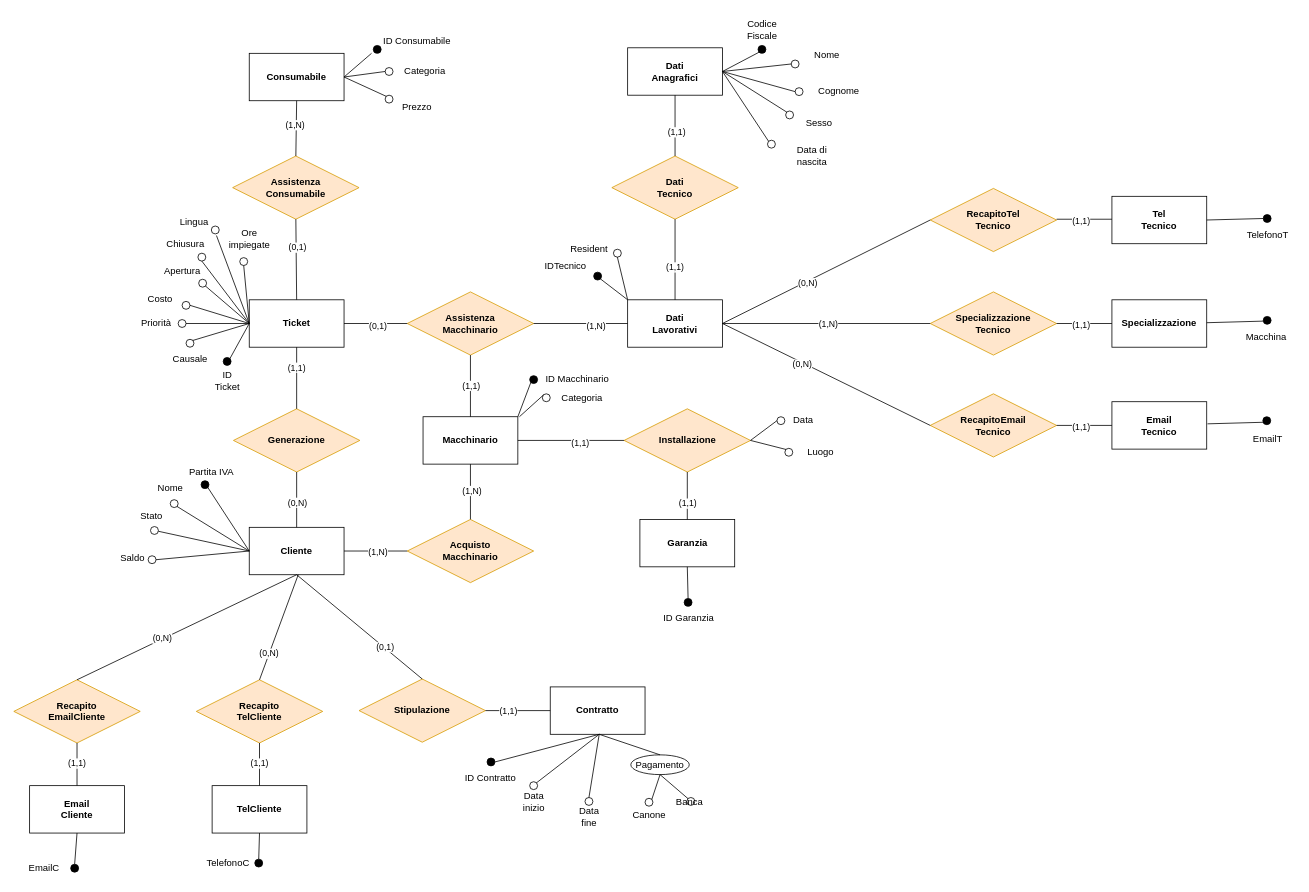
The draw.io diagram Diagrammi/er finale logica.drawio in fedeStaffo/Progetto_Basi_di_dati, before the edit. Source tidied: cells renumbered, new cells numbered last; positions are measured from the earlier drawing's top-left corner, leaving out a move shared by most shapes. Both pictures are drawn from the tidied source at 79%, with x=0, y=0 at pixel (13, 13).
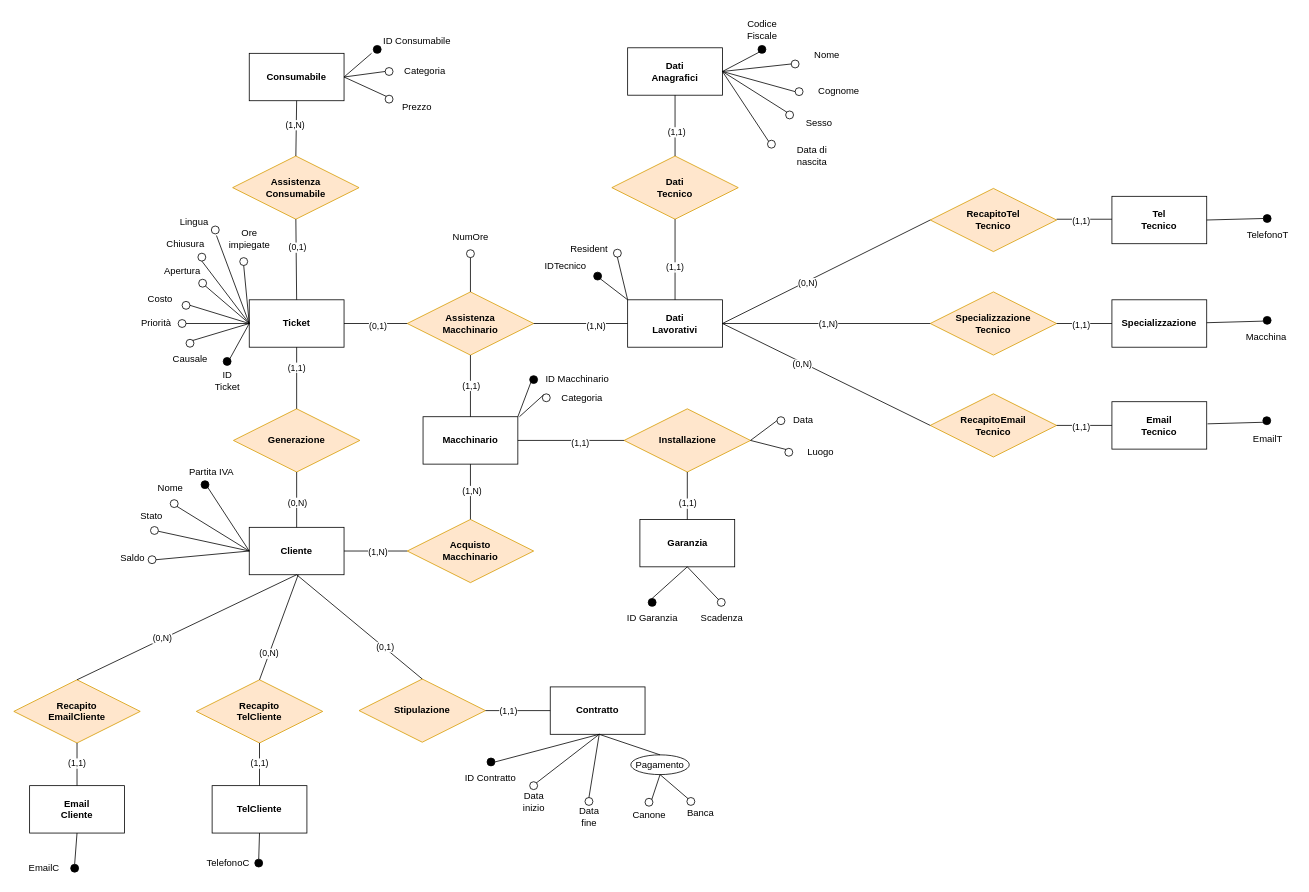
After the change.

Commit message (it also covers changes not shown here):
aggiunti NumOre e Scadenza garanzia

The change refers to these unchanged cells:
```xml
<mxCell id="49" value="&lt;b&gt;Assistenza&lt;br&gt;Macchinario&lt;br&gt;&lt;/b&gt;" style="rhombus;whiteSpace=wrap;html=1;fillColor=#ffe6cc;strokeColor=#d79b00;" parent="1" vertex="1">
  <mxGeometry x="498" y="352" width="160" height="80" as="geometry" />
</mxCell>
<mxCell id="71" value="&lt;b&gt;Garanzia&lt;/b&gt;" style="rounded=0;whiteSpace=wrap;html=1;" parent="1" vertex="1">
  <mxGeometry x="792.5" y="640" width="120" height="60" as="geometry" />
</mxCell>
```

Diff of the diagram source:
```diff
@@
     <mxCell id="72" style="ellipse;whiteSpace=wrap;html=1;strokeColor=#000000;fillColor=#000000;" parent="1" vertex="1">
-      <mxGeometry x="848.5" y="740" width="10" height="10" as="geometry" />
+      <mxGeometry x="803" y="740" width="10" height="10" as="geometry" />
     </mxCell>
     <mxCell id="73" value="ID Garanzia" style="text;html=1;align=center;verticalAlign=middle;strokeColor=none;fillColor=none;" parent="1" vertex="1">
-      <mxGeometry x="808.5" y="750" width="90" height="30" as="geometry" />
+      <mxGeometry x="763" y="750" width="90" height="30" as="geometry" />
     </mxCell>
@@
     <mxCell id="101" value="Banca" style="text;html=1;align=center;verticalAlign=middle;strokeColor=none;fillColor=none;" parent="1" vertex="1">
-      <mxGeometry x="824.5" y="982.5" width="60" height="30" as="geometry" />
+      <mxGeometry x="839" y="997" width="60" height="30" as="geometry" />
     </mxCell>
@@
+    <mxCell id="190" style="ellipse;whiteSpace=wrap;html=1;" parent="1" vertex="1">
+      <mxGeometry x="573" y="298.6" width="10" height="10" as="geometry" />
+    </mxCell>
+    <mxCell id="191" style="endArrow=none;html=1;rounded=0;exitX=0.5;exitY=0;exitDx=0;exitDy=0;entryX=0.5;entryY=1;entryDx=0;entryDy=0;" parent="1" edge="1" source="49" target="190">
+      <mxGeometry relative="1" as="geometry" />
+    </mxCell>
+    <mxCell id="192" value="NumOre" style="text;html=1;align=center;verticalAlign=middle;strokeColor=none;fillColor=none;" parent="1" vertex="1">
+      <mxGeometry x="543" y="268" width="70" height="30" as="geometry" />
+    </mxCell>
+    <mxCell id="193" style="ellipse;whiteSpace=wrap;html=1;" parent="1" vertex="1">
+      <mxGeometry x="890.5" y="740" width="10" height="10" as="geometry" />
+    </mxCell>
+    <mxCell id="194" value="Scadenza" style="text;html=1;align=center;verticalAlign=middle;strokeColor=none;fillColor=none;" parent="1" vertex="1">
+      <mxGeometry x="855.5" y="750" width="80" height="30" as="geometry" />
+    </mxCell>
+    <mxCell id="195" style="endArrow=none;html=1;rounded=0;entryX=0.5;entryY=1;entryDx=0;entryDy=0;exitX=0;exitY=0;exitDx=0;exitDy=0;" parent="1" edge="1" source="193" target="71">
+      <mxGeometry relative="1" as="geometry" />
+    </mxCell>
```
